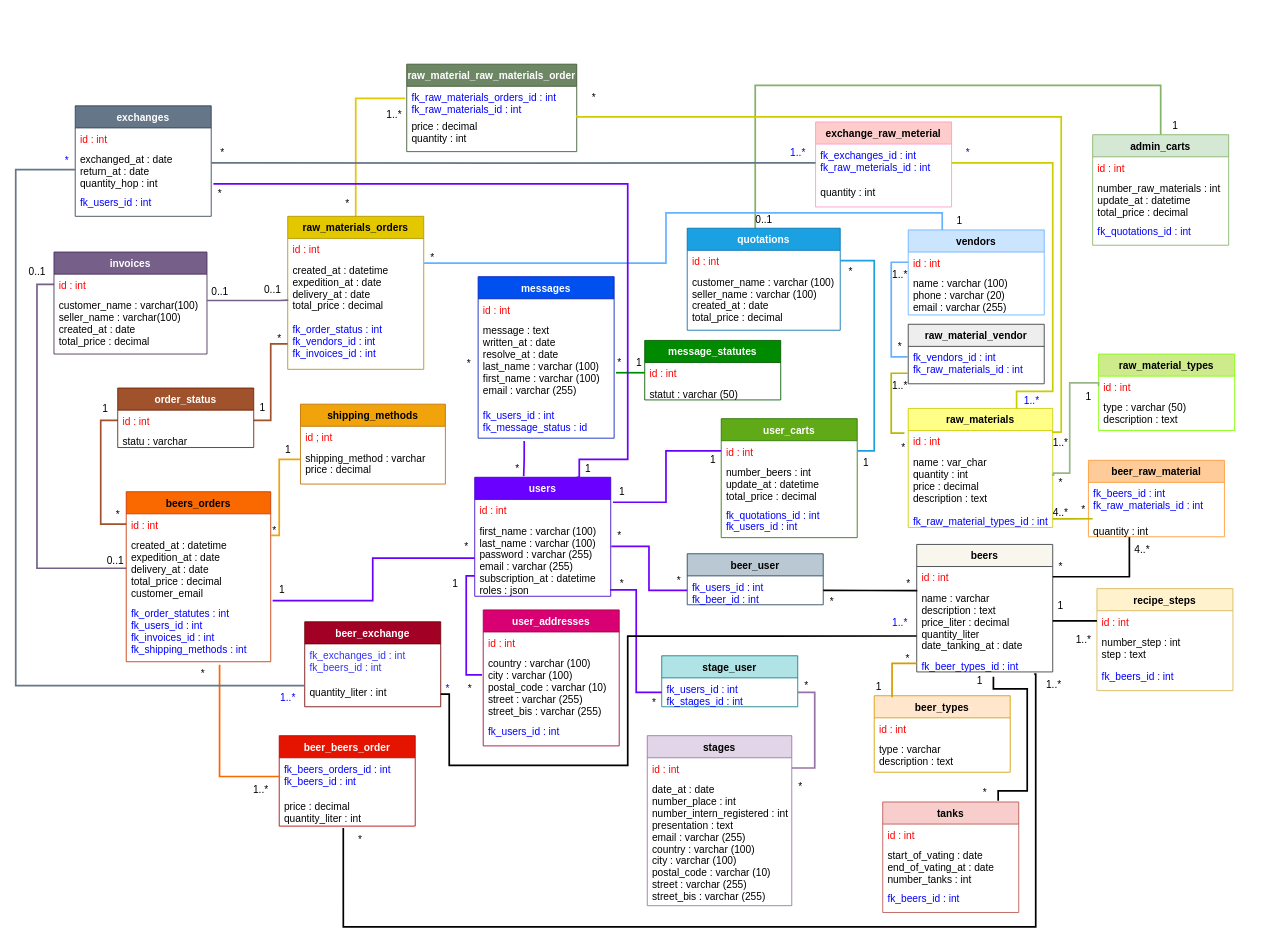
Before: partiel mcd.drawio in Aurelie1416/books-key, a draw.io diagram. Source tidied: cells renumbered, new cells numbered last; positions are measured from the earlier drawing's top-left corner, leaving out a move shared by most shapes. Both pictures are drawn from the tidied source at 85%, with x=0, y=0 at pixel (15, 64).
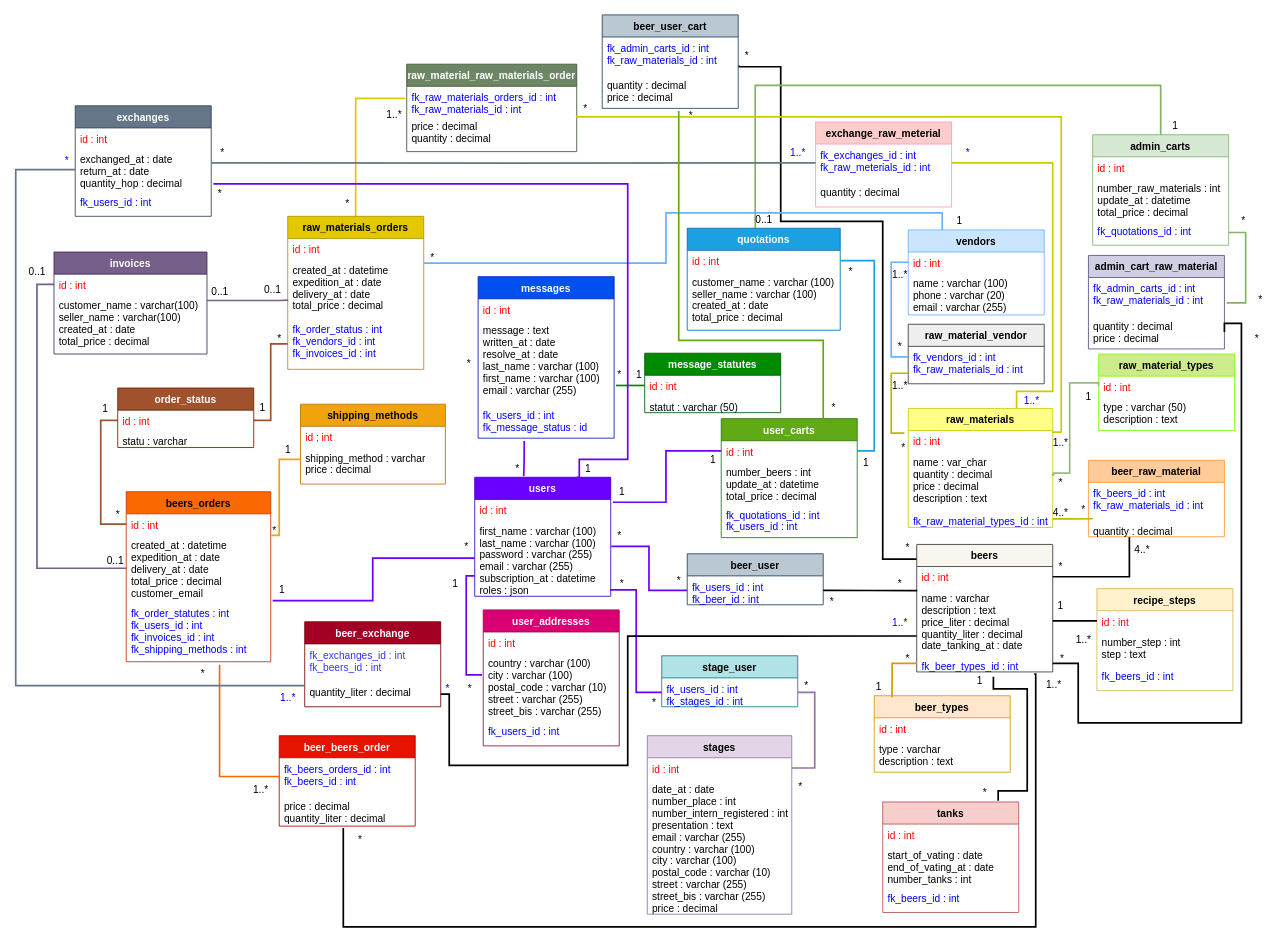
The same page after the edit.

Unchanged cells that the change refers to:
```xml
<mxCell id="6" value="beers" style="swimlane;fontStyle=1;align=center;verticalAlign=top;horizontal=1;startSize=26;fillColor=#f9f7ed;strokeColor=#36393d;" parent="1" vertex="1">
  <mxGeometry x="1060" y="565" width="160" height="150" as="geometry" />
</mxCell>
<mxCell id="9" value="fk_beer_types_id : int" style="text;strokeColor=none;fillColor=none;align=left;verticalAlign=top;spacingLeft=4;spacingRight=4;overflow=hidden;points=[[0,0.5],[1,0.5]];portConstraint=eastwest;fontColor=#0000FF;" parent="6" vertex="1">
  <mxGeometry y="130" width="160" height="20" as="geometry" />
</mxCell>
<mxCell id="15" value="message : text&#10;written_at : date&#10;resolve_at : date&#10;last_name : varchar (100)&#10;first_name : varchar (100)&#10;email : varchar (255)" style="text;strokeColor=none;fillColor=none;align=left;verticalAlign=top;spacingLeft=4;spacingRight=4;overflow=hidden;points=[[0,0.5],[1,0.5]];portConstraint=eastwest;" parent="13" vertex="1">
  <mxGeometry y="50" width="160" height="100" as="geometry" />
</mxCell>
<mxCell id="23" value="raw_materials" style="swimlane;fontStyle=1;align=center;verticalAlign=top;horizontal=1;startSize=26;fillColor=#ffff88;strokeColor=#CCCC00;" parent="1" vertex="1">
  <mxGeometry x="1050" y="405" width="170" height="140" as="geometry" />
</mxCell>
<mxCell id="31" value="user_carts" style="swimlane;fontStyle=1;align=center;verticalAlign=top;horizontal=1;startSize=26;fillColor=#60a917;fontColor=#ffffff;strokeColor=#2D7600;" parent="1" vertex="1">
  <mxGeometry x="830" y="417" width="160" height="140" as="geometry" />
</mxCell>
<mxCell id="41" value="beer_exchange" style="swimlane;fontStyle=1;align=center;verticalAlign=top;horizontal=1;startSize=26;fillColor=#a20025;strokeColor=#6F0000;fontColor=#ffffff;" parent="1" vertex="1">
  <mxGeometry x="340" y="656" width="160" height="100" as="geometry" />
</mxCell>
<mxCell id="55" value="id : int&#10;" style="text;strokeColor=none;fillColor=none;align=left;verticalAlign=top;spacingLeft=4;spacingRight=4;overflow=hidden;points=[[0,0.5],[1,0.5]];portConstraint=eastwest;fontColor=#FF0000;" parent="54" vertex="1">
  <mxGeometry y="26" width="160" height="24" as="geometry" />
</mxCell>
<mxCell id="68" value="fk_quotations_id : int&#10;" style="text;strokeColor=none;fillColor=none;align=left;verticalAlign=top;spacingLeft=4;spacingRight=4;overflow=hidden;points=[[0,0.5],[1,0.5]];portConstraint=eastwest;fontColor=#0000FF;" parent="65" vertex="1">
  <mxGeometry y="100" width="160" height="30" as="geometry" />
</mxCell>
<mxCell id="93" value="beer_raw_material" style="swimlane;fontStyle=1;align=center;verticalAlign=top;horizontal=1;startSize=26;fillColor=#ffcc99;strokeColor=#FF9933;" parent="1" vertex="1">
  <mxGeometry x="1262" y="466" width="160" height="90" as="geometry" />
</mxCell>
<mxCell id="114" value="beer_beers_order" style="swimlane;fontStyle=1;horizontal=1;startSize=26;fillColor=#e51400;fontColor=#ffffff;strokeColor=#B20000;" parent="113" vertex="1">
  <mxGeometry width="160" height="106.4" as="geometry" />
</mxCell>
<mxCell id="146" value="raw_material_raw_materials_order" style="swimlane;fontStyle=1;horizontal=1;startSize=26;fillColor=#6d8764;fontColor=#ffffff;strokeColor=#3A5431;" parent="145" vertex="1">
  <mxGeometry x="-40" width="200" height="102.9" as="geometry" />
</mxCell>
<mxCell id="167" value="exchanges" style="swimlane;fontStyle=1;align=center;verticalAlign=top;horizontal=1;startSize=26;fillColor=#647687;fontColor=#ffffff;strokeColor=#314354;" parent="166" vertex="1">
  <mxGeometry width="160" height="130" as="geometry" />
</mxCell>
<mxCell id="183" value="exchange_raw_meterial" style="swimlane;fontStyle=1;align=center;verticalAlign=top;horizontal=1;startSize=26;fillColor=#ffcccc;strokeColor=#FF99CC;" parent="182" vertex="1">
  <mxGeometry x="1" width="160" height="100" as="geometry" />
</mxCell>
```

Change to the diagram source:
```diff
@@
+    <mxCell id="213" style="edgeStyle=orthogonalEdgeStyle;rounded=0;jettySize=auto;html=1;entryX=0.05;entryY=1.08;entryDx=0;entryDy=0;fontColor=#000000;endArrow=none;endFill=0;strokeColor=#000000;strokeWidth=2;exitX=0.004;exitY=0.116;exitDx=0;exitDy=0;exitPerimeter=0;entryPerimeter=0;" parent="1" edge="1" source="6" target="230">
+      <mxGeometry relative="1" as="geometry">
+        <Array as="points">
+          <mxPoint x="1020" y="582" />
+          <mxPoint x="1020" y="185" />
+          <mxPoint x="900" y="185" />
+          <mxPoint x="900" y="3" />
+          <mxPoint x="851" y="3" />
+        </Array>
+      </mxGeometry>
+    </mxCell>
@@
-    <mxCell id="8" value="name : varchar&#10;description : text &#10;price_liter : decimal&#10;quantity_liter&#10;date_tanking_at : date" style="text;strokeColor=none;fillColor=none;align=left;verticalAlign=top;spacingLeft=4;spacingRight=4;overflow=hidden;points=[[0,0.5],[1,0.5]];portConstraint=eastwest;" parent="6" vertex="1">
+    <mxCell id="8" value="name : varchar&#10;description : text &#10;price_liter : decimal&#10;quantity_liter : decimal&#10;date_tanking_at : date" style="text;strokeColor=none;fillColor=none;align=left;verticalAlign=top;spacingLeft=4;spacingRight=4;overflow=hidden;points=[[0,0.5],[1,0.5]];portConstraint=eastwest;" parent="6" vertex="1">
       <mxGeometry y="50" width="160" height="80" as="geometry" />
     </mxCell>
@@
     <mxCell id="17" value="stages" style="swimlane;fontStyle=1;align=center;verticalAlign=top;horizontal=1;startSize=26;fillColor=#e1d5e7;strokeColor=#9673a6;" parent="1" vertex="1">
-      <mxGeometry x="743" y="790" width="170" height="200" as="geometry" />
+      <mxGeometry x="743" y="790" width="170" height="210" as="geometry" />
     </mxCell>
@@
-    <mxCell id="19" value="date_at : date&#10;number_place : int&#10;number_intern_registered : int&#10;presentation : text&#10;email : varchar (255)&#10;country : varchar (100)&#10;city : varchar (100)&#10;postal_code : varchar (10)&#10;street : varchar (255)&#10;street_bis : varchar (255)" style="text;strokeColor=none;fillColor=none;align=left;verticalAlign=top;spacingLeft=4;spacingRight=4;overflow=hidden;" parent="17" vertex="1">
-      <mxGeometry y="50" width="170" height="150" as="geometry" />
+    <mxCell id="19" value="date_at : date&#10;number_place : int&#10;number_intern_registered : int&#10;presentation : text&#10;email : varchar (255)&#10;country : varchar (100)&#10;city : varchar (100)&#10;postal_code : varchar (10)&#10;street : varchar (255)&#10;street_bis : varchar (255)&#10;price : decimal" style="text;strokeColor=none;fillColor=none;align=left;verticalAlign=top;spacingLeft=4;spacingRight=4;overflow=hidden;" parent="17" vertex="1">
+      <mxGeometry y="50" width="170" height="160" as="geometry" />
     </mxCell>
@@
-    <mxCell id="25" value="name : var_char&#10;quantity : int&#10;price : decimal&#10;description : text&#10;" style="text;strokeColor=none;fillColor=none;align=left;verticalAlign=top;spacingLeft=4;spacingRight=4;overflow=hidden;" parent="23" vertex="1">
+    <mxCell id="25" value="name : var_char&#10;quantity : decimal&#10;price : decimal&#10;description : text&#10;" style="text;strokeColor=none;fillColor=none;align=left;verticalAlign=top;spacingLeft=4;spacingRight=4;overflow=hidden;" parent="23" vertex="1">
       <mxGeometry y="50" width="170" height="70" as="geometry" />
     </mxCell>
@@
-    <mxCell id="43" value="quantity_liter : int" style="text;strokeColor=none;fillColor=none;align=left;verticalAlign=top;spacingLeft=4;spacingRight=4;overflow=hidden;points=[[0,0.5],[1,0.5]];portConstraint=eastwest;" parent="41" vertex="1">
+    <mxCell id="43" value="quantity_liter : decimal" style="text;strokeColor=none;fillColor=none;align=left;verticalAlign=top;spacingLeft=4;spacingRight=4;overflow=hidden;points=[[0,0.5],[1,0.5]];portConstraint=eastwest;" parent="41" vertex="1">
       <mxGeometry y="70" width="160" height="30" as="geometry" />
     </mxCell>
@@
     <mxCell id="54" value="message_statutes" style="swimlane;fontStyle=1;align=center;verticalAlign=top;horizontal=1;startSize=26;fillColor=#008a00;fontColor=#ffffff;strokeColor=#005700;" parent="1" vertex="1">
-      <mxGeometry x="740" y="325" width="160" height="70" as="geometry" />
+      <mxGeometry x="740" y="340" width="160" height="70" as="geometry" />
     </mxCell>
@@
-    <mxCell id="61" style="edgeStyle=orthogonalEdgeStyle;rounded=0;jettySize=auto;html=1;exitX=0;exitY=0.5;exitDx=0;exitDy=0;entryX=1.014;entryY=0.632;entryDx=0;entryDy=0;endArrow=none;endFill=0;strokeWidth=2;strokeColor=#008A00;entryPerimeter=0;" parent="1" edge="1" source="55" target="15">
-      <mxGeometry relative="1" as="geometry" />
+    <mxCell id="61" style="edgeStyle=orthogonalEdgeStyle;rounded=0;jettySize=auto;html=1;exitX=0;exitY=0.5;exitDx=0;exitDy=0;entryX=1.014;entryY=0.632;entryDx=0;entryDy=0;endArrow=none;endFill=0;strokeWidth=2;strokeColor=#008A00;entryPerimeter=0;" parent="1" edge="1" source="55">
+      <mxGeometry relative="1" as="geometry">
+        <mxPoint x="706.2" y="378.2" as="targetPoint" />
+      </mxGeometry>
     </mxCell>
     <mxCell id="62" value="*" style="text;html=1;align=center;verticalAlign=middle;strokeColor=none;fillColor=none;" parent="1" vertex="1">
-      <mxGeometry x="700" y="341" width="20" height="20" as="geometry" />
+      <mxGeometry x="700" y="356" width="20" height="20" as="geometry" />
     </mxCell>
     <mxCell id="63" value="1" style="text;html=1;align=center;verticalAlign=middle;strokeColor=none;fillColor=none;" parent="1" vertex="1">
-      <mxGeometry x="723" y="341" width="20" height="20" as="geometry" />
+      <mxGeometry x="723" y="356" width="20" height="20" as="geometry" />
     </mxCell>
@@
-    <mxCell id="95" value="quantity : int&#10;" style="text;strokeColor=none;fillColor=none;align=left;verticalAlign=top;spacingLeft=4;spacingRight=4;overflow=hidden;points=[[0,0.5],[1,0.5]];portConstraint=eastwest;" parent="93" vertex="1">
+    <mxCell id="95" value="quantity : decimal" style="text;strokeColor=none;fillColor=none;align=left;verticalAlign=top;spacingLeft=4;spacingRight=4;overflow=hidden;points=[[0,0.5],[1,0.5]];portConstraint=eastwest;" parent="93" vertex="1">
       <mxGeometry y="70" width="160" height="20" as="geometry" />
     </mxCell>
@@
     <mxCell id="103" value="*" style="text;html=1;align=center;verticalAlign=middle;strokeColor=none;fillColor=none;" parent="1" vertex="1">
-      <mxGeometry x="1040" y="601" width="20" height="20" as="geometry" />
+      <mxGeometry x="1030" y="601" width="20" height="20" as="geometry" />
     </mxCell>
@@
-    <mxCell id="116" value="price : decimal&#10;quantity_liter : int" style="text;strokeColor=none;fillColor=none;align=left;verticalAlign=top;spacingLeft=4;spacingRight=4;overflow=hidden;points=[[0,0.5],[1,0.5]];portConstraint=eastwest;" parent="114" vertex="1">
+    <mxCell id="116" value="price : decimal&#10;quantity_liter : decimal" style="text;strokeColor=none;fillColor=none;align=left;verticalAlign=top;spacingLeft=4;spacingRight=4;overflow=hidden;points=[[0,0.5],[1,0.5]];portConstraint=eastwest;" parent="114" vertex="1">
       <mxGeometry y="70" width="160" height="36.4" as="geometry" />
     </mxCell>
@@
-    <mxCell id="148" value="price : decimal&#10;quantity : int" style="text;strokeColor=none;fillColor=none;align=left;verticalAlign=top;spacingLeft=4;spacingRight=4;overflow=hidden;" parent="146" vertex="1">
+    <mxCell id="148" value="price : decimal&#10;quantity : decimal" style="text;strokeColor=none;fillColor=none;align=left;verticalAlign=top;spacingLeft=4;spacingRight=4;overflow=hidden;" parent="146" vertex="1">
       <mxGeometry y="60" width="200" height="42.9" as="geometry" />
     </mxCell>
@@
-    <mxCell id="169" value="exchanged_at : date&#10;return_at : date&#10;quantity_hop : int&#10;" style="text;strokeColor=none;fillColor=none;align=left;verticalAlign=top;spacingLeft=4;spacingRight=4;overflow=hidden;points=[[0,0.5],[1,0.5]];portConstraint=eastwest;" parent="167" vertex="1">
+    <mxCell id="169" value="exchanged_at : date&#10;return_at : date&#10;quantity_hop : decimal&#10;" style="text;strokeColor=none;fillColor=none;align=left;verticalAlign=top;spacingLeft=4;spacingRight=4;overflow=hidden;points=[[0,0.5],[1,0.5]];portConstraint=eastwest;" parent="167" vertex="1">
       <mxGeometry y="50" width="160" height="50" as="geometry" />
     </mxCell>
@@
-    <mxCell id="185" value="quantity : int" style="text;strokeColor=none;fillColor=none;align=left;verticalAlign=top;spacingLeft=4;spacingRight=4;overflow=hidden;" parent="183" vertex="1">
+    <mxCell id="185" value="quantity : decimal" style="text;strokeColor=none;fillColor=none;align=left;verticalAlign=top;spacingLeft=4;spacingRight=4;overflow=hidden;" parent="183" vertex="1">
       <mxGeometry y="70" width="160" height="30" as="geometry" />
     </mxCell>
@@
     <mxCell id="210" value="*" style="text;html=1;align=center;verticalAlign=middle;strokeColor=none;fillColor=none;fontColor=#000000;" parent="1" vertex="1">
-      <mxGeometry x="670" y="30" width="20" height="20" as="geometry" />
+      <mxGeometry x="660" y="43" width="20" height="20" as="geometry" />
     </mxCell>
@@
+    <mxCell id="214" value="admin_cart_raw_material" style="swimlane;fontStyle=1;align=center;verticalAlign=top;horizontal=1;startSize=26;fillColor=#d0cee2;strokeColor=#56517e;" parent="1" vertex="1">
+      <mxGeometry x="1262" y="225" width="160" height="110" as="geometry" />
+    </mxCell>
+    <mxCell id="215" value="fk_admin_carts_id : int&#10;fk_raw_materials_id : int" style="text;strokeColor=none;fillColor=none;align=left;verticalAlign=top;spacingLeft=4;spacingRight=4;overflow=hidden;points=[[0,0.5],[1,0.5]];portConstraint=eastwest;fontColor=#0000FF;" parent="214" vertex="1">
+      <mxGeometry y="26" width="160" height="44" as="geometry" />
+    </mxCell>
+    <mxCell id="216" value="quantity : decimal&#10;price : decimal" style="text;strokeColor=none;fillColor=none;align=left;verticalAlign=top;spacingLeft=4;spacingRight=4;overflow=hidden;points=[[0,0.5],[1,0.5]];portConstraint=eastwest;" parent="214" vertex="1">
+      <mxGeometry y="70" width="160" height="40" as="geometry" />
+    </mxCell>
+    <mxCell id="217" style="edgeStyle=orthogonalEdgeStyle;rounded=0;jettySize=auto;html=1;exitX=1;exitY=0.5;exitDx=0;exitDy=0;entryX=1.016;entryY=0.677;entryDx=0;entryDy=0;entryPerimeter=0;fontColor=#000000;endArrow=none;endFill=0;strokeColor=#82B366;strokeWidth=2;" parent="1" edge="1" source="68" target="215">
+      <mxGeometry relative="1" as="geometry" />
+    </mxCell>
+    <mxCell id="218" style="edgeStyle=orthogonalEdgeStyle;rounded=0;jettySize=auto;html=1;exitX=1;exitY=0.5;exitDx=0;exitDy=0;fontColor=#000000;endArrow=none;endFill=0;strokeColor=#000000;strokeWidth=2;entryX=1;entryY=0.5;entryDx=0;entryDy=0;" parent="1" edge="1" source="9" target="216">
+      <mxGeometry relative="1" as="geometry">
+        <Array as="points">
+          <mxPoint x="1250" y="705" />
+          <mxPoint x="1250" y="775" />
+          <mxPoint x="1442" y="775" />
+          <mxPoint x="1442" y="305" />
+        </Array>
+      </mxGeometry>
+    </mxCell>
+    <mxCell id="219" value="*" style="text;html=1;align=center;verticalAlign=middle;strokeColor=none;fillColor=none;fontColor=#000000;" parent="1" vertex="1">
+      <mxGeometry x="1434" y="175" width="20" height="20" as="geometry" />
+    </mxCell>
+    <mxCell id="220" value="*" style="text;html=1;align=center;verticalAlign=middle;strokeColor=none;fillColor=none;fontColor=#000000;" parent="1" vertex="1">
+      <mxGeometry x="1454" y="268" width="20" height="20" as="geometry" />
+    </mxCell>
+    <mxCell id="221" value="*" style="text;html=1;align=center;verticalAlign=middle;strokeColor=none;fillColor=none;fontColor=#000000;" parent="1" vertex="1">
+      <mxGeometry x="1450" y="313" width="20" height="20" as="geometry" />
+    </mxCell>
+    <mxCell id="222" value="*" style="text;html=1;align=center;verticalAlign=middle;strokeColor=none;fillColor=none;fontColor=#000000;" parent="1" vertex="1">
+      <mxGeometry x="1221" y="690" width="20" height="20" as="geometry" />
+    </mxCell>
+    <mxCell id="223" value="beer_user_cart" style="swimlane;fontStyle=1;align=center;verticalAlign=top;horizontal=1;startSize=26;fillColor=#bac8d3;strokeColor=#23445d;" parent="1" vertex="1">
+      <mxGeometry x="690" y="-58" width="160" height="110" as="geometry" />
+    </mxCell>
+    <mxCell id="224" value="fk_admin_carts_id : int&#10;fk_raw_materials_id : int" style="text;strokeColor=none;fillColor=none;align=left;verticalAlign=top;spacingLeft=4;spacingRight=4;overflow=hidden;fontColor=#0000FF;" parent="223" vertex="1">
+      <mxGeometry y="26" width="160" height="44" as="geometry" />
+    </mxCell>
+    <mxCell id="225" value="quantity : decimal&#10;price : decimal" style="text;strokeColor=none;fillColor=none;align=left;verticalAlign=top;spacingLeft=4;spacingRight=4;overflow=hidden;" parent="223" vertex="1">
+      <mxGeometry y="70" width="160" height="40" as="geometry" />
+    </mxCell>
+    <mxCell id="226" style="edgeStyle=orthogonalEdgeStyle;rounded=0;jettySize=auto;html=1;entryX=0.75;entryY=0;entryDx=0;entryDy=0;fontColor=#000000;endArrow=none;endFill=0;strokeColor=#60A917;strokeWidth=2;" parent="1" edge="1" target="31">
+      <mxGeometry relative="1" as="geometry">
+        <mxPoint x="780" y="55" as="sourcePoint" />
+        <Array as="points">
+          <mxPoint x="780" y="325" />
+          <mxPoint x="950" y="325" />
+        </Array>
+      </mxGeometry>
+    </mxCell>
+    <mxCell id="227" value="*" style="text;html=1;align=center;verticalAlign=middle;strokeColor=none;fillColor=none;fontColor=#000000;" parent="1" vertex="1">
+      <mxGeometry x="952" y="394" width="20" height="20" as="geometry" />
+    </mxCell>
+    <mxCell id="228" value="*" style="text;html=1;align=center;verticalAlign=middle;strokeColor=none;fillColor=none;fontColor=#000000;" parent="1" vertex="1">
+      <mxGeometry x="1039" y="559" width="20" height="20" as="geometry" />
+    </mxCell>
+    <mxCell id="229" value="*" style="text;html=1;align=center;verticalAlign=middle;strokeColor=none;fillColor=none;fontColor=#000000;" parent="1" vertex="1">
+      <mxGeometry x="784" y="51" width="20" height="20" as="geometry" />
+    </mxCell>
+    <mxCell id="230" value="*" style="text;html=1;align=center;verticalAlign=middle;points=[];strokeColor=none;fillColor=none;fontColor=#000000;" parent="1" vertex="1">
+      <mxGeometry x="850" y="-20" width="20" height="20" as="geometry" />
+    </mxCell>
```
